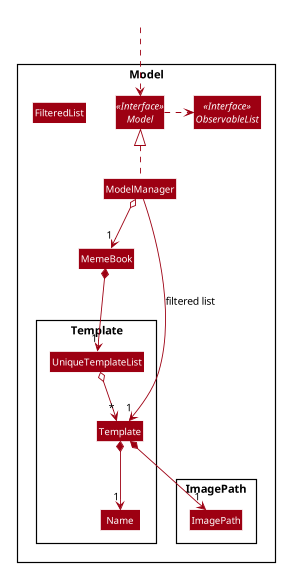
The PlantUML diagram docs/images/TemplateClassDiagram.png in nus-cs2103-AY1920S1/addressbook-level3, before a commit. The source it was exported from:
```plantuml
@startuml








skinparam BackgroundColor #FFFFFFF

skinparam Shadowing false

skinparam Class {
    FontColor #FFFFFF
    BorderThickness 1
    BorderColor #FFFFFF
    StereotypeFontColor #FFFFFF
    FontName Arial
}

skinparam Actor {
    BorderColor #000000
    Color #000000
    FontName Arial
}

skinparam Sequence {
    MessageAlign center
    BoxFontSize 15
    BoxPadding 0
    BoxFontColor #FFFFFF
    FontName Arial
}

skinparam Participant {
    FontColor #FFFFFFF
    Padding 20
}

skinparam MinClassWidth 50
skinparam ParticipantPadding 10
skinparam Shadowing false
skinparam DefaultTextAlignment center
skinparam packageStyle Rectangle

hide footbox
hide members
hide circle
skinparam arrowThickness 1.1
skinparam arrowColor #9D0012
skinparam classBackgroundColor #9D0012

Package Model <<Rectangle>>{
Interface Model <<Interface>>
Interface ObservableList <<Interface>>
Class MemeBook
Class ModelManager
Class FilteredList

Package Template {
Class Template
Class Name
Class UniqueTemplateList
}

Package ImagePath {
Class ImagePath
}
}

Class HiddenOutside #FFFFFF
HiddenOutside ..> Model

Model .right.> ObservableList
ModelManager .up.|> Model
ModelManager o--> "1" MemeBook

MemeBook *--> "1" UniqueTemplateList
UniqueTemplateList o--> "*" Template
Template *--> "1" Name
Template *--> "1" ImagePath

ModelManager -->"1" Template : filtered list
@enduml
```
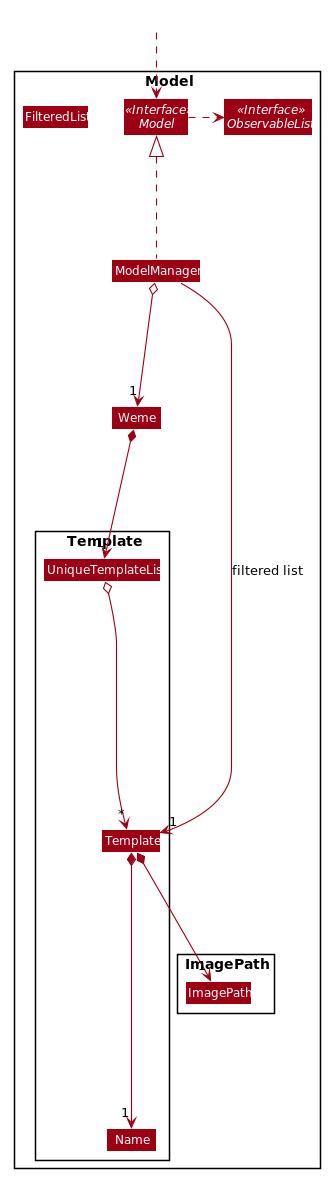
After the change.

Change to the diagram source:
```diff
@@ -54,7 +54,7 @@
 Package Model <<Rectangle>>{
 Interface Model <<Interface>>
 Interface ObservableList <<Interface>>
-Class MemeBook
+Class Weme
 Class ModelManager
 Class FilteredList
 
@@ -74,9 +74,9 @@
 
 Model .right.> ObservableList
 ModelManager .up.|> Model
-ModelManager o--> "1" MemeBook
+ModelManager o--> "1" Weme
 
-MemeBook *--> "1" UniqueTemplateList
+Weme *--> "1" UniqueTemplateList
 UniqueTemplateList o--> "*" Template
 Template *--> "1" Name
 Template *--> "1" ImagePath
```
